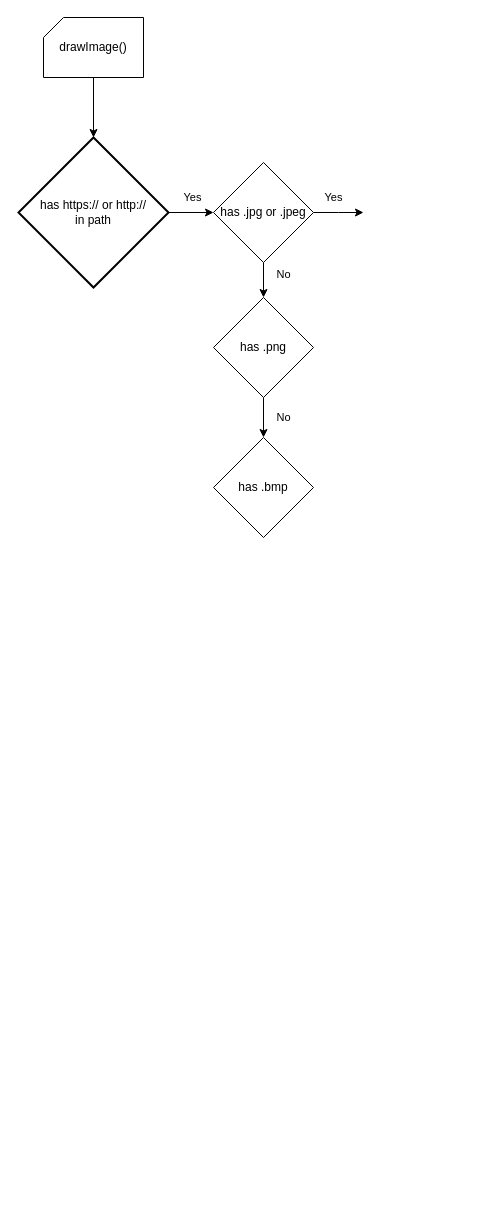
Above: Untitled Diagram.drawio in SolderedElectronics/Inkplate-Arduino-library (draw.io), before the change. Source tidied: cells renumbered, new cells numbered last; positions are measured from the earlier drawing's top-left corner, leaving out a move shared by most shapes. Both pictures are drawn from the tidied source at 100%, with x=0, y=0 at pixel (18, 17).
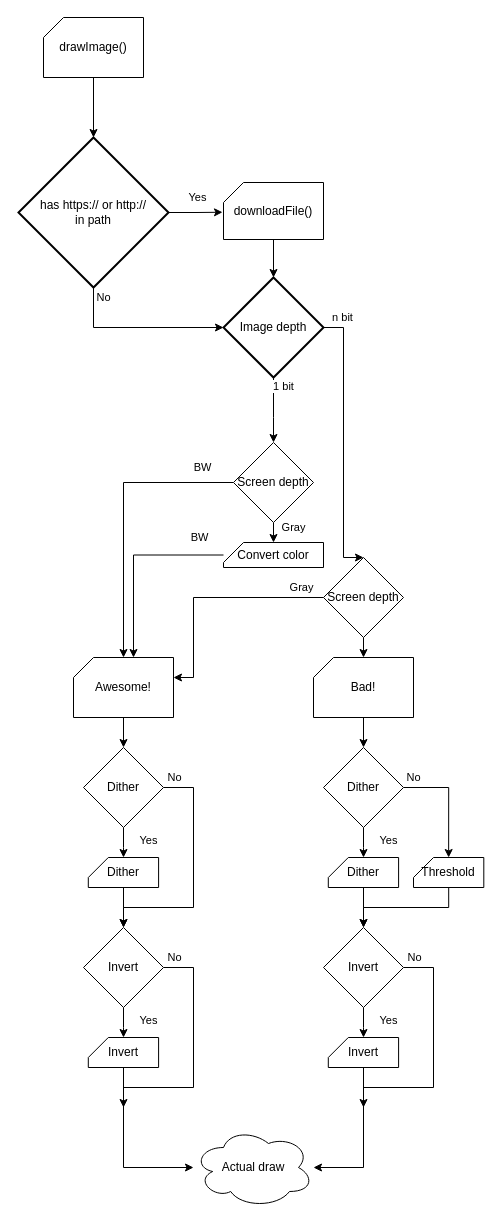
The same page after the edit.

Unchanged cells that the change refers to:
```xml
<mxCell id="5" value="&lt;div&gt;has https:// or http:// &lt;br&gt;&lt;/div&gt;&lt;div&gt;in path&lt;/div&gt;" style="strokeWidth=2;html=1;shape=mxgraph.flowchart.decision;whiteSpace=wrap;" parent="1" vertex="1">
  <mxGeometry y="120" width="150" height="150" as="geometry" />
</mxCell>
```

Diff of the diagram source:
```diff
@@
-    <mxCell id="4" value="Yes" style="edgeStyle=orthogonalEdgeStyle;rounded=0;jettySize=auto;html=1;exitX=1;exitY=0.5;exitDx=0;exitDy=0;exitPerimeter=0;entryX=0;entryY=0.5;entryDx=0;entryDy=0;" parent="1" edge="1" source="5" target="8">
+    <mxCell id="4" value="Yes" style="edgeStyle=orthogonalEdgeStyle;rounded=0;jettySize=auto;html=1;exitX=1;exitY=0.5;exitDx=0;exitDy=0;exitPerimeter=0;entryX=-0.01;entryY=0.522;entryDx=0;entryDy=0;entryPerimeter=0;" parent="1" edge="1" source="5" target="15">
       <mxGeometry x="0.08" y="15" relative="1" as="geometry" />
     </mxCell>
+    <mxCell id="13" value="No" style="edgeStyle=orthogonalEdgeStyle;rounded=0;jettySize=auto;html=1;entryX=0;entryY=0.5;entryDx=0;entryDy=0;entryPerimeter=0;" parent="1" edge="1" source="5" target="18">
+      <mxGeometry x="-0.41" y="30" relative="1" as="geometry">
+        <Array as="points">
+          <mxPoint x="75" y="310" />
+        </Array>
+      </mxGeometry>
+    </mxCell>
@@
-    <mxCell id="6" value="Yes" style="edgeStyle=orthogonalEdgeStyle;rounded=0;jettySize=auto;html=1;exitX=1;exitY=0.5;exitDx=0;exitDy=0;" parent="1" edge="1" source="8">
-      <mxGeometry x="-0.2" y="15" relative="1" as="geometry">
-        <mxPoint x="345" y="195" as="targetPoint" />
-      </mxGeometry>
-    </mxCell>
-    <mxCell id="7" value="No" style="edgeStyle=orthogonalEdgeStyle;rounded=0;jettySize=auto;html=1;exitX=0.5;exitY=1;exitDx=0;exitDy=0;entryX=0.5;entryY=0;entryDx=0;entryDy=0;" parent="1" edge="1" source="8" target="11">
-      <mxGeometry x="-0.33" y="20" relative="1" as="geometry" />
-    </mxCell>
-    <mxCell id="8" value="has .jpg or .jpeg" style="rhombus;whiteSpace=wrap;html=1;" parent="1" vertex="1">
-      <mxGeometry x="195" y="145" width="100" height="100" as="geometry" />
-    </mxCell>
@@
-    <mxCell id="10" value="No" style="edgeStyle=orthogonalEdgeStyle;rounded=0;jettySize=auto;html=1;exitX=0.5;exitY=1;exitDx=0;exitDy=0;entryX=0.5;entryY=0;entryDx=0;entryDy=0;" parent="1" edge="1" source="11" target="12">
-      <mxGeometry y="20" relative="1" as="geometry" />
-    </mxCell>
-    <mxCell id="11" value="has .png" style="rhombus;whiteSpace=wrap;html=1;" parent="1" vertex="1">
-      <mxGeometry x="195" y="280" width="100" height="100" as="geometry" />
-    </mxCell>
-    <mxCell id="12" value="has .bmp" style="rhombus;whiteSpace=wrap;html=1;" parent="1" vertex="1">
-      <mxGeometry x="195" y="420" width="100" height="100" as="geometry" />
-    </mxCell>
+    <mxCell id="14" style="edgeStyle=orthogonalEdgeStyle;rounded=0;jettySize=auto;html=1;entryX=0.5;entryY=0;entryDx=0;entryDy=0;entryPerimeter=0;" parent="1" edge="1" source="15" target="18">
+      <mxGeometry relative="1" as="geometry" />
+    </mxCell>
+    <mxCell id="15" value="downloadFile()" style="verticalLabelPosition=middle;verticalAlign=middle;html=1;shape=card;whiteSpace=wrap;size=20;arcSize=12;labelPosition=center;align=center;" parent="1" vertex="1">
+      <mxGeometry x="205" y="165" width="100" height="57" as="geometry" />
+    </mxCell>
+    <mxCell id="16" value="&lt;div&gt;1 bit&lt;/div&gt;" style="edgeStyle=orthogonalEdgeStyle;rounded=0;jettySize=auto;html=1;entryX=0.5;entryY=0;entryDx=0;entryDy=0;" parent="1" edge="1" source="18" target="21">
+      <mxGeometry x="-0.71" y="10" relative="1" as="geometry">
+        <Array as="points">
+          <mxPoint x="255" y="400" />
+          <mxPoint x="255" y="400" />
+        </Array>
+      </mxGeometry>
+    </mxCell>
+    <mxCell id="17" value="n bit" style="edgeStyle=orthogonalEdgeStyle;rounded=0;jettySize=auto;html=1;entryX=0.5;entryY=0;entryDx=0;entryDy=0;" parent="1" edge="1" source="18" target="24">
+      <mxGeometry x="-0.86" y="10" relative="1" as="geometry">
+        <Array as="points">
+          <mxPoint x="325" y="310" />
+          <mxPoint x="325" y="540" />
+        </Array>
+      </mxGeometry>
+    </mxCell>
+    <mxCell id="18" value="Image depth" style="strokeWidth=2;html=1;shape=mxgraph.flowchart.decision;whiteSpace=wrap;" parent="1" vertex="1">
+      <mxGeometry x="205" y="260" width="100" height="100" as="geometry" />
+    </mxCell>
+    <mxCell id="19" value="BW" style="edgeStyle=orthogonalEdgeStyle;rounded=0;jettySize=auto;html=1;exitX=0;exitY=0.5;exitDx=0;exitDy=0;" parent="1" edge="1" source="21" target="26">
+      <mxGeometry x="-0.78" y="-15" relative="1" as="geometry" />
+    </mxCell>
+    <mxCell id="20" value="Gray" style="edgeStyle=orthogonalEdgeStyle;rounded=0;jettySize=auto;html=1;exitX=0.5;exitY=1;exitDx=0;exitDy=0;entryX=0.5;entryY=0;entryDx=0;entryDy=0;entryPerimeter=0;" parent="1" edge="1" source="21" target="28">
+      <mxGeometry x="-0.5" y="20" relative="1" as="geometry" />
+    </mxCell>
+    <mxCell id="21" value="Screen depth" style="rhombus;whiteSpace=wrap;html=1;" parent="1" vertex="1">
+      <mxGeometry x="215" y="425" width="80" height="80" as="geometry" />
+    </mxCell>
+    <mxCell id="22" value="Gray" style="edgeStyle=orthogonalEdgeStyle;rounded=0;jettySize=auto;html=1;exitX=0;exitY=0.5;exitDx=0;exitDy=0;" parent="1" edge="1" source="24" target="26">
+      <mxGeometry x="-0.81" y="-10" relative="1" as="geometry">
+        <Array as="points">
+          <mxPoint x="175" y="580" />
+          <mxPoint x="175" y="660" />
+        </Array>
+      </mxGeometry>
+    </mxCell>
+    <mxCell id="23" style="edgeStyle=orthogonalEdgeStyle;rounded=0;jettySize=auto;html=1;" parent="1" edge="1" source="24">
+      <mxGeometry relative="1" as="geometry">
+        <mxPoint x="345" y="640" as="targetPoint" />
+      </mxGeometry>
+    </mxCell>
+    <mxCell id="24" value="Screen depth" style="rhombus;whiteSpace=wrap;html=1;" parent="1" vertex="1">
+      <mxGeometry x="305" y="540" width="80" height="80" as="geometry" />
+    </mxCell>
+    <mxCell id="25" style="edgeStyle=orthogonalEdgeStyle;rounded=0;jettySize=auto;html=1;entryX=0.5;entryY=0;entryDx=0;entryDy=0;" parent="1" edge="1" source="26" target="33">
+      <mxGeometry relative="1" as="geometry" />
+    </mxCell>
+    <mxCell id="26" value="Awesome!" style="verticalLabelPosition=middle;verticalAlign=middle;html=1;shape=card;whiteSpace=wrap;size=20;arcSize=12;labelPosition=center;align=center;" parent="1" vertex="1">
+      <mxGeometry x="55" y="640" width="100" height="60" as="geometry" />
+    </mxCell>
+    <mxCell id="27" value="BW" style="edgeStyle=orthogonalEdgeStyle;rounded=0;jettySize=auto;html=1;entryX=0;entryY=0;entryDx=60;entryDy=0;entryPerimeter=0;" parent="1" edge="1" source="28" target="26">
+      <mxGeometry x="-0.75" y="-18" relative="1" as="geometry" />
+    </mxCell>
+    <mxCell id="28" value="Convert color" style="verticalLabelPosition=middle;verticalAlign=middle;html=1;shape=card;whiteSpace=wrap;size=20;arcSize=12;labelPosition=center;align=center;" parent="1" vertex="1">
+      <mxGeometry x="205" y="525" width="100" height="25" as="geometry" />
+    </mxCell>
+    <mxCell id="29" style="edgeStyle=orthogonalEdgeStyle;rounded=0;jettySize=auto;html=1;entryX=0.5;entryY=0;entryDx=0;entryDy=0;" parent="1" edge="1" source="30" target="43">
+      <mxGeometry relative="1" as="geometry" />
+    </mxCell>
+    <mxCell id="30" value="Bad!" style="verticalLabelPosition=middle;verticalAlign=middle;html=1;shape=card;whiteSpace=wrap;size=20;arcSize=12;labelPosition=center;align=center;" parent="1" vertex="1">
+      <mxGeometry x="295" y="640" width="100" height="60" as="geometry" />
+    </mxCell>
+    <mxCell id="31" value="Yes" style="edgeStyle=orthogonalEdgeStyle;rounded=0;jettySize=auto;html=1;exitX=0.5;exitY=1;exitDx=0;exitDy=0;" parent="1" edge="1" source="33" target="35">
+      <mxGeometry x="-0.33" y="20" relative="1" as="geometry">
+        <mxPoint x="5" y="3" as="offset" />
+      </mxGeometry>
+    </mxCell>
+    <mxCell id="32" value="No" style="edgeStyle=orthogonalEdgeStyle;rounded=0;jettySize=auto;html=1;" parent="1" edge="1" source="33">
+      <mxGeometry x="-0.91" y="10" relative="1" as="geometry">
+        <mxPoint x="105" y="910" as="targetPoint" />
+        <Array as="points">
+          <mxPoint x="175" y="770" />
+          <mxPoint x="175" y="890" />
+        </Array>
+      </mxGeometry>
+    </mxCell>
+    <mxCell id="33" value="Dither" style="rhombus;whiteSpace=wrap;html=1;" parent="1" vertex="1">
+      <mxGeometry x="65" y="730" width="80" height="80" as="geometry" />
+    </mxCell>
+    <mxCell id="34" style="edgeStyle=orthogonalEdgeStyle;rounded=0;jettySize=auto;html=1;entryX=0.5;entryY=0;entryDx=0;entryDy=0;" parent="1" edge="1" source="35" target="38">
+      <mxGeometry relative="1" as="geometry" />
+    </mxCell>
+    <mxCell id="35" value="&lt;div&gt;Dither&lt;/div&gt;" style="verticalLabelPosition=middle;verticalAlign=middle;html=1;shape=card;whiteSpace=wrap;size=20;arcSize=12;labelPosition=center;align=center;" parent="1" vertex="1">
+      <mxGeometry x="69.8" y="840" width="70.3" height="30" as="geometry" />
+    </mxCell>
+    <mxCell id="36" value="Yes" style="edgeStyle=orthogonalEdgeStyle;rounded=0;jettySize=auto;html=1;exitX=0.5;exitY=1;exitDx=0;exitDy=0;" parent="1" edge="1" source="38" target="40">
+      <mxGeometry x="-0.33" y="20" relative="1" as="geometry">
+        <mxPoint x="5" y="3" as="offset" />
+      </mxGeometry>
+    </mxCell>
+    <mxCell id="37" value="No" style="edgeStyle=orthogonalEdgeStyle;rounded=0;jettySize=auto;html=1;" parent="1" edge="1" source="38">
+      <mxGeometry x="-0.91" y="10" relative="1" as="geometry">
+        <mxPoint x="105" y="1090" as="targetPoint" />
+        <Array as="points">
+          <mxPoint x="175" y="950" />
+          <mxPoint x="175" y="1070" />
+        </Array>
+      </mxGeometry>
+    </mxCell>
+    <mxCell id="38" value="Invert" style="rhombus;whiteSpace=wrap;html=1;" parent="1" vertex="1">
+      <mxGeometry x="65" y="910" width="80" height="80" as="geometry" />
+    </mxCell>
+    <mxCell id="39" style="edgeStyle=orthogonalEdgeStyle;rounded=0;jettySize=auto;html=1;" parent="1" edge="1" source="40" target="53">
+      <mxGeometry relative="1" as="geometry">
+        <Array as="points">
+          <mxPoint x="105" y="1150" />
+        </Array>
+      </mxGeometry>
+    </mxCell>
+    <mxCell id="40" value="Invert" style="verticalLabelPosition=middle;verticalAlign=middle;html=1;shape=card;whiteSpace=wrap;size=20;arcSize=12;labelPosition=center;align=center;" parent="1" vertex="1">
+      <mxGeometry x="69.8" y="1020" width="70.3" height="30" as="geometry" />
+    </mxCell>
+    <mxCell id="41" value="Yes" style="edgeStyle=orthogonalEdgeStyle;rounded=0;jettySize=auto;html=1;exitX=0.5;exitY=1;exitDx=0;exitDy=0;" parent="1" edge="1" source="43" target="45">
+      <mxGeometry x="-0.33" y="20" relative="1" as="geometry">
+        <mxPoint x="5" y="3" as="offset" />
+      </mxGeometry>
+    </mxCell>
+    <mxCell id="42" value="No" style="edgeStyle=orthogonalEdgeStyle;rounded=0;jettySize=auto;html=1;entryX=0.5;entryY=0;entryDx=0;entryDy=0;entryPerimeter=0;" parent="1" edge="1" source="43" target="52">
+      <mxGeometry x="-0.83" y="10" relative="1" as="geometry" />
+    </mxCell>
+    <mxCell id="43" value="Dither" style="rhombus;whiteSpace=wrap;html=1;" parent="1" vertex="1">
+      <mxGeometry x="305" y="730" width="80" height="80" as="geometry" />
+    </mxCell>
+    <mxCell id="44" style="edgeStyle=orthogonalEdgeStyle;rounded=0;jettySize=auto;html=1;entryX=0.5;entryY=0;entryDx=0;entryDy=0;" parent="1" edge="1" source="45" target="48">
+      <mxGeometry relative="1" as="geometry" />
+    </mxCell>
+    <mxCell id="45" value="&lt;div&gt;Dither&lt;/div&gt;" style="verticalLabelPosition=middle;verticalAlign=middle;html=1;shape=card;whiteSpace=wrap;size=20;arcSize=12;labelPosition=center;align=center;" parent="1" vertex="1">
+      <mxGeometry x="309.8" y="840" width="70.3" height="30" as="geometry" />
+    </mxCell>
+    <mxCell id="46" value="Yes" style="edgeStyle=orthogonalEdgeStyle;rounded=0;jettySize=auto;html=1;exitX=0.5;exitY=1;exitDx=0;exitDy=0;" parent="1" edge="1" source="48" target="50">
+      <mxGeometry x="-0.33" y="20" relative="1" as="geometry">
+        <mxPoint x="5" y="3" as="offset" />
+      </mxGeometry>
+    </mxCell>
+    <mxCell id="47" value="No" style="edgeStyle=orthogonalEdgeStyle;rounded=0;jettySize=auto;html=1;" parent="1" edge="1" source="48">
+      <mxGeometry x="-0.91" y="10" relative="1" as="geometry">
+        <mxPoint x="345" y="1090" as="targetPoint" />
+        <Array as="points">
+          <mxPoint x="415" y="950" />
+          <mxPoint x="415" y="1070" />
+        </Array>
+      </mxGeometry>
+    </mxCell>
+    <mxCell id="48" value="Invert" style="rhombus;whiteSpace=wrap;html=1;" parent="1" vertex="1">
+      <mxGeometry x="305" y="910" width="80" height="80" as="geometry" />
+    </mxCell>
+    <mxCell id="49" style="edgeStyle=orthogonalEdgeStyle;rounded=0;jettySize=auto;html=1;" parent="1" edge="1" source="50" target="53">
+      <mxGeometry relative="1" as="geometry">
+        <Array as="points">
+          <mxPoint x="345" y="1150" />
+        </Array>
+      </mxGeometry>
+    </mxCell>
+    <mxCell id="50" value="Invert" style="verticalLabelPosition=middle;verticalAlign=middle;html=1;shape=card;whiteSpace=wrap;size=20;arcSize=12;labelPosition=center;align=center;" parent="1" vertex="1">
+      <mxGeometry x="309.8" y="1020" width="70.3" height="30" as="geometry" />
+    </mxCell>
+    <mxCell id="51" style="edgeStyle=orthogonalEdgeStyle;rounded=0;jettySize=auto;html=1;entryX=0.5;entryY=0;entryDx=0;entryDy=0;" parent="1" edge="1" source="52" target="48">
+      <mxGeometry relative="1" as="geometry">
+        <Array as="points">
+          <mxPoint x="430" y="890" />
+          <mxPoint x="345" y="890" />
+        </Array>
+      </mxGeometry>
+    </mxCell>
+    <mxCell id="52" value="Threshold" style="verticalLabelPosition=middle;verticalAlign=middle;html=1;shape=card;whiteSpace=wrap;size=20;arcSize=12;labelPosition=center;align=center;" parent="1" vertex="1">
+      <mxGeometry x="395" y="840" width="70.3" height="30" as="geometry" />
+    </mxCell>
+    <mxCell id="53" value="Actual draw" style="ellipse;shape=cloud;whiteSpace=wrap;html=1;" parent="1" vertex="1">
+      <mxGeometry x="175" y="1110" width="120" height="80" as="geometry" />
+    </mxCell>
```
